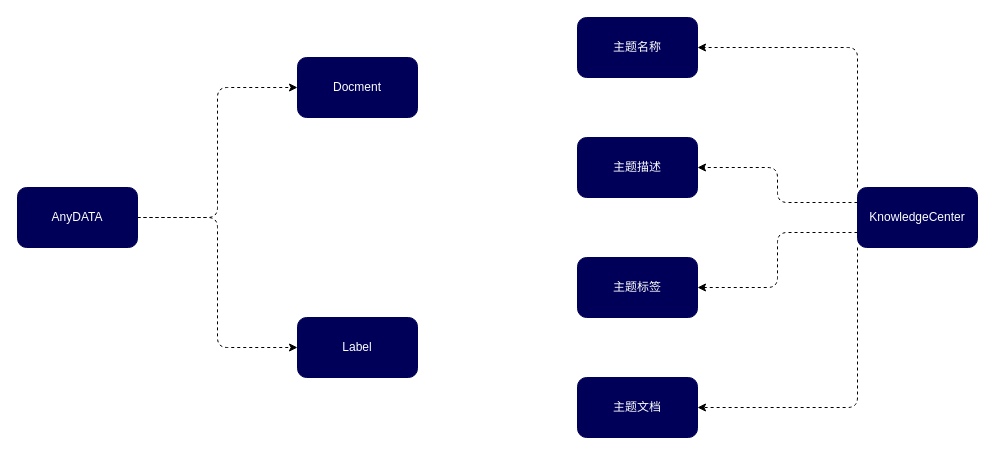
Above: Knowledge Subject Association.drawio in Musk-Mxy/Mxy (draw.io), before the change. Source tidied: cells renumbered, new cells numbered last; positions are measured from the earlier drawing's top-left corner, leaving out a move shared by most shapes. Both pictures are drawn from the tidied source at 100%, with x=0, y=0 at pixel (17, 17).
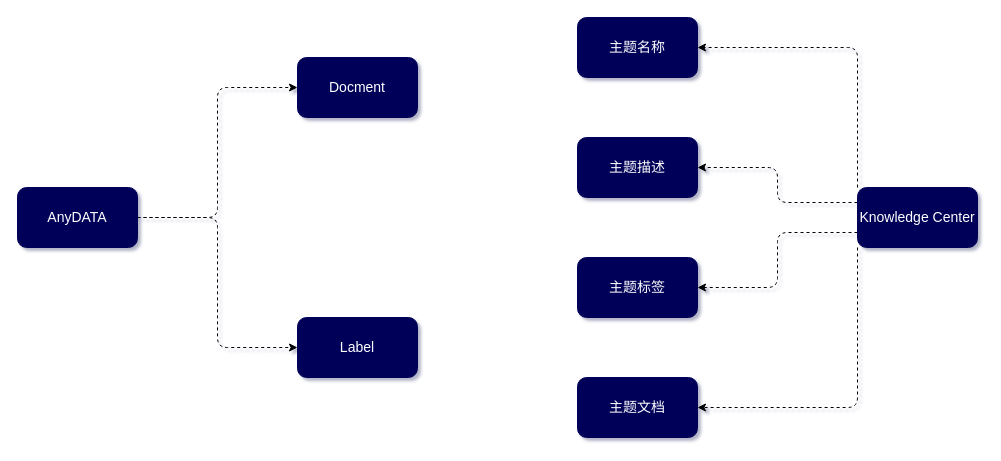
Above is the later version.

Change to the diagram source:
```diff
@@
-<mxGraphModel>
+<mxGraphModel shadow="1">
   <root>
     <mxCell id="0" />
     <mxCell id="1" parent="0" />
-    <mxCell id="2" style="edgeStyle=orthogonalEdgeStyle;rounded=1;jettySize=auto;html=1;exitX=1;exitY=0.5;exitDx=0;exitDy=0;entryX=0;entryY=0.5;entryDx=0;entryDy=0;dashed=1;" parent="1" edge="1" source="4" target="5">
+    <mxCell id="2" style="edgeStyle=orthogonalEdgeStyle;rounded=1;jettySize=auto;html=1;exitX=1;exitY=0.5;exitDx=0;exitDy=0;entryX=0;entryY=0.5;entryDx=0;entryDy=0;dashed=1;fontSize=14;" parent="1" edge="1" source="4" target="5">
       <mxGeometry relative="1" as="geometry" />
     </mxCell>
-    <mxCell id="3" style="edgeStyle=orthogonalEdgeStyle;rounded=1;jettySize=auto;html=1;exitX=1;exitY=0.5;exitDx=0;exitDy=0;entryX=0;entryY=0.5;entryDx=0;entryDy=0;dashed=1;" parent="1" edge="1" source="4" target="6">
+    <mxCell id="3" style="edgeStyle=orthogonalEdgeStyle;rounded=1;jettySize=auto;html=1;exitX=1;exitY=0.5;exitDx=0;exitDy=0;entryX=0;entryY=0.5;entryDx=0;entryDy=0;dashed=1;fontSize=14;" parent="1" edge="1" source="4" target="6">
       <mxGeometry relative="1" as="geometry" />
     </mxCell>
-    <mxCell id="4" value="AnyDATA" style="rounded=1;whiteSpace=wrap;html=1;strokeColor=#000059;fillColor=#000059;fontColor=#FFFFFF;" parent="1" vertex="1">
+    <mxCell id="4" value="AnyDATA" style="rounded=1;whiteSpace=wrap;html=1;strokeColor=#000059;fillColor=#000059;fontColor=#FFFFFF;labelBackgroundColor=none;fontSize=14;" parent="1" vertex="1">
       <mxGeometry y="170" width="120" height="60" as="geometry" />
     </mxCell>
-    <mxCell id="5" value="Docment" style="rounded=1;whiteSpace=wrap;html=1;strokeColor=#000059;fillColor=#000059;fontColor=#FFFFFF;" parent="1" vertex="1">
+    <mxCell id="5" value="Docment" style="rounded=1;whiteSpace=wrap;html=1;strokeColor=#000059;fillColor=#000059;fontColor=#FFFFFF;labelBackgroundColor=none;fontSize=14;" parent="1" vertex="1">
       <mxGeometry x="280" y="40" width="120" height="60" as="geometry" />
     </mxCell>
-    <mxCell id="6" value="Label" style="rounded=1;whiteSpace=wrap;html=1;strokeColor=#000059;fillColor=#000059;fontColor=#FFFFFF;" parent="1" vertex="1">
+    <mxCell id="6" value="Label" style="rounded=1;whiteSpace=wrap;html=1;strokeColor=#000059;fillColor=#000059;fontColor=#FFFFFF;labelBackgroundColor=none;fontSize=14;" parent="1" vertex="1">
       <mxGeometry x="280" y="300" width="120" height="60" as="geometry" />
     </mxCell>
-    <mxCell id="7" style="edgeStyle=orthogonalEdgeStyle;rounded=1;jettySize=auto;html=1;exitX=0;exitY=0;exitDx=0;exitDy=0;entryX=1;entryY=0.5;entryDx=0;entryDy=0;dashed=1;" parent="1" edge="1" source="11" target="12">
+    <mxCell id="7" style="edgeStyle=orthogonalEdgeStyle;rounded=1;jettySize=auto;html=1;exitX=0;exitY=0;exitDx=0;exitDy=0;entryX=1;entryY=0.5;entryDx=0;entryDy=0;dashed=1;fontSize=14;" parent="1" edge="1" source="11" target="12">
       <mxGeometry relative="1" as="geometry" />
     </mxCell>
-    <mxCell id="8" style="edgeStyle=orthogonalEdgeStyle;rounded=1;jettySize=auto;html=1;exitX=0;exitY=0.25;exitDx=0;exitDy=0;entryX=1;entryY=0.5;entryDx=0;entryDy=0;dashed=1;" parent="1" edge="1" source="11" target="13">
+    <mxCell id="8" style="edgeStyle=orthogonalEdgeStyle;rounded=1;jettySize=auto;html=1;exitX=0;exitY=0.25;exitDx=0;exitDy=0;entryX=1;entryY=0.5;entryDx=0;entryDy=0;dashed=1;fontSize=14;" parent="1" edge="1" source="11" target="13">
       <mxGeometry relative="1" as="geometry" />
     </mxCell>
-    <mxCell id="9" style="edgeStyle=orthogonalEdgeStyle;rounded=1;jettySize=auto;html=1;exitX=0;exitY=0.75;exitDx=0;exitDy=0;entryX=1;entryY=0.5;entryDx=0;entryDy=0;dashed=1;" parent="1" edge="1" source="11" target="14">
+    <mxCell id="9" style="edgeStyle=orthogonalEdgeStyle;rounded=1;jettySize=auto;html=1;exitX=0;exitY=0.75;exitDx=0;exitDy=0;entryX=1;entryY=0.5;entryDx=0;entryDy=0;dashed=1;fontSize=14;" parent="1" edge="1" source="11" target="14">
       <mxGeometry relative="1" as="geometry" />
     </mxCell>
-    <mxCell id="10" style="edgeStyle=orthogonalEdgeStyle;rounded=1;jettySize=auto;html=1;exitX=0;exitY=1;exitDx=0;exitDy=0;entryX=1;entryY=0.5;entryDx=0;entryDy=0;dashed=1;" parent="1" edge="1" source="11" target="15">
+    <mxCell id="10" style="edgeStyle=orthogonalEdgeStyle;rounded=1;jettySize=auto;html=1;exitX=0;exitY=1;exitDx=0;exitDy=0;entryX=1;entryY=0.5;entryDx=0;entryDy=0;dashed=1;fontSize=14;" parent="1" edge="1" source="11" target="15">
       <mxGeometry relative="1" as="geometry" />
     </mxCell>
-    <mxCell id="11" value="KnowledgeCenter" style="rounded=1;whiteSpace=wrap;html=1;strokeColor=#000059;fillColor=#000059;fontColor=#FFFFFF;" parent="1" vertex="1">
+    <mxCell id="11" value="Knowledge Center" style="rounded=1;whiteSpace=wrap;html=1;strokeColor=#000059;fillColor=#000059;fontColor=#FFFFFF;labelBackgroundColor=none;fontSize=14;" parent="1" vertex="1">
       <mxGeometry x="840" y="170" width="120" height="60" as="geometry" />
     </mxCell>
-    <mxCell id="12" value="主题名称" style="rounded=1;whiteSpace=wrap;html=1;strokeColor=#000059;fillColor=#000059;fontColor=#FFFFFF;" parent="1" vertex="1">
+    <mxCell id="12" value="主题名称" style="rounded=1;whiteSpace=wrap;html=1;strokeColor=#000059;fillColor=#000059;fontColor=#FFFFFF;labelBackgroundColor=none;fontSize=14;" parent="1" vertex="1">
       <mxGeometry x="560" width="120" height="60" as="geometry" />
     </mxCell>
-    <mxCell id="13" value="主题描述" style="rounded=1;whiteSpace=wrap;html=1;strokeColor=#000059;fillColor=#000059;fontColor=#FFFFFF;" parent="1" vertex="1">
+    <mxCell id="13" value="主题描述" style="rounded=1;whiteSpace=wrap;html=1;strokeColor=#000059;fillColor=#000059;fontColor=#FFFFFF;labelBackgroundColor=none;fontSize=14;" parent="1" vertex="1">
       <mxGeometry x="560" y="120" width="120" height="60" as="geometry" />
     </mxCell>
-    <mxCell id="14" value="主题标签" style="rounded=1;whiteSpace=wrap;html=1;strokeColor=#000059;fillColor=#000059;fontColor=#FFFFFF;" parent="1" vertex="1">
+    <mxCell id="14" value="主题标签" style="rounded=1;whiteSpace=wrap;html=1;strokeColor=#000059;fillColor=#000059;fontColor=#FFFFFF;labelBackgroundColor=none;fontSize=14;" parent="1" vertex="1">
       <mxGeometry x="560" y="240" width="120" height="60" as="geometry" />
     </mxCell>
-    <mxCell id="15" value="主题文档" style="rounded=1;whiteSpace=wrap;html=1;strokeColor=#000059;fillColor=#000059;fontColor=#FFFFFF;" parent="1" vertex="1">
+    <mxCell id="15" value="主题文档" style="rounded=1;whiteSpace=wrap;html=1;strokeColor=#000059;fillColor=#000059;fontColor=#FFFFFF;labelBackgroundColor=none;fontSize=14;" parent="1" vertex="1">
       <mxGeometry x="560" y="360" width="120" height="60" as="geometry" />
     </mxCell>
   </root>
 </mxGraphModel>
```
